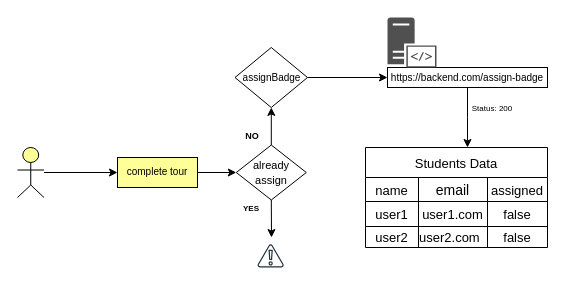
The draw.io diagram page "Page-2" (2 of 3) of Untitled Diagram.drawio in AQIB-NAWAB/The-Final-Game, before the edit. Source tidied: cells renumbered, new cells numbered last; positions are measured from the earlier drawing's top-left corner, leaving out a move shared by most shapes. Both pictures are drawn from the tidied source at 100%, with x=0, y=0 at pixel (17, 17).
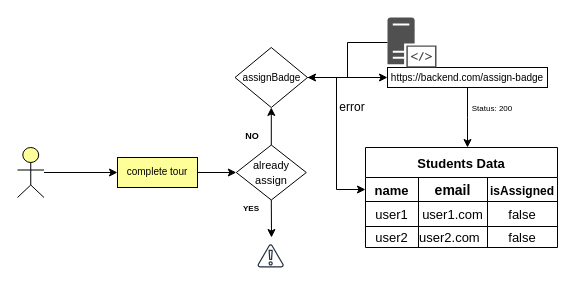
The same page after the edit.

Unchanged cells that the change refers to:
```xml
<mxCell id="10" value="&lt;font style=&quot;font-size: 10px;&quot;&gt;assignBadge&lt;/font&gt;" style="rhombus;whiteSpace=wrap;html=1;" parent="1" vertex="1">
  <mxGeometry x="217.5" y="30" width="72.5" height="60" as="geometry" />
</mxCell>
<mxCell id="16" style="sketch=0;shadow=0;dashed=0;html=1;strokeColor=none;fillColor=#505050;labelPosition=center;verticalLabelPosition=bottom;verticalAlign=top;outlineConnect=0;align=center;shape=mxgraph.office.servers.server_side_code;" parent="1" vertex="1">
  <mxGeometry x="370" width="49" height="50" as="geometry" />
</mxCell>
```

Change to the diagram source:
```diff
@@
+    <mxCell id="31" style="edgeStyle=orthogonalEdgeStyle;rounded=0;jettySize=auto;html=1;exitX=1;exitY=0.5;exitDx=0;exitDy=0;entryX=0;entryY=0.5;entryDx=0;entryDy=0;" parent="1" edge="1" source="10" target="18">
+      <mxGeometry relative="1" as="geometry" />
+    </mxCell>
@@
+    <mxCell id="32" style="edgeStyle=orthogonalEdgeStyle;rounded=0;jettySize=auto;html=1;" parent="1" edge="1" source="16" target="10">
+      <mxGeometry relative="1" as="geometry" />
+    </mxCell>
@@
-    <mxCell id="17" value="Students Data" style="shape=table;startSize=30;childLayout=tableLayout;strokeColor=default;fontSize=13;gradientColor=none;perimeterSpacing=1;" parent="1" vertex="1">
-      <mxGeometry x="348" y="130" width="182" height="100" as="geometry" />
+    <mxCell id="17" value="Students Data" style="shape=table;startSize=30;childLayout=tableLayout;strokeColor=default;fontSize=13;gradientColor=none;perimeterSpacing=1;fontStyle=1;" parent="1" vertex="1">
+      <mxGeometry x="348" y="130" width="192" height="100" as="geometry" />
     </mxCell>
     <mxCell id="18" style="shape=tableRow;horizontal=0;startSize=0;swimlaneHead=0;swimlaneBody=0;strokeColor=inherit;top=0;left=0;bottom=0;right=0;fillColor=none;points=[[0,0.5],[1,0.5]];portConstraint=eastwest;fontSize=16;" parent="17" vertex="1">
-      <mxGeometry y="30" width="182" height="24" as="geometry" />
+      <mxGeometry y="30" width="192" height="24" as="geometry" />
     </mxCell>
-    <mxCell id="19" value="&lt;font style=&quot;font-size: 13px;&quot;&gt;name&lt;/font&gt;" style="shape=partialRectangle;html=1;whiteSpace=wrap;strokeColor=inherit;overflow=hidden;fillColor=none;top=0;left=0;bottom=0;right=0;fontSize=16;" parent="18" vertex="1">
+    <mxCell id="19" value="&lt;b&gt;&lt;font style=&quot;font-size: 13px;&quot;&gt;name&lt;/font&gt;&lt;/b&gt;" style="shape=partialRectangle;html=1;whiteSpace=wrap;strokeColor=inherit;overflow=hidden;fillColor=none;top=0;left=0;bottom=0;right=0;fontSize=16;" parent="18" vertex="1">
       <mxGeometry width="53" height="24" as="geometry" />
     </mxCell>
-    <mxCell id="20" value="&lt;font style=&quot;font-size: 14px;&quot;&gt;email&lt;/font&gt;" style="shape=partialRectangle;html=1;whiteSpace=wrap;strokeColor=inherit;overflow=hidden;fillColor=none;top=0;left=0;bottom=0;right=0;fontSize=16;" parent="18" vertex="1">
+    <mxCell id="20" value="&lt;b&gt;&lt;font style=&quot;font-size: 14px;&quot;&gt;email&lt;/font&gt;&lt;/b&gt;" style="shape=partialRectangle;html=1;whiteSpace=wrap;strokeColor=inherit;overflow=hidden;fillColor=none;top=0;left=0;bottom=0;right=0;fontSize=16;" parent="18" vertex="1">
       <mxGeometry x="53" width="69" height="24" as="geometry" />
     </mxCell>
-    <mxCell id="21" value="&lt;font style=&quot;font-size: 13px;&quot;&gt;assigned&lt;/font&gt;" style="shape=partialRectangle;html=1;whiteSpace=wrap;strokeColor=inherit;overflow=hidden;fillColor=none;top=0;left=0;bottom=0;right=0;fontSize=16;" parent="18" vertex="1">
-      <mxGeometry x="122" width="60" height="24" as="geometry" />
+    <mxCell id="21" value="&lt;b&gt;&lt;font style=&quot;font-size: 12px;&quot;&gt;isAssigned&lt;/font&gt;&lt;/b&gt;" style="shape=partialRectangle;html=1;whiteSpace=wrap;strokeColor=inherit;overflow=hidden;fillColor=none;top=0;left=0;bottom=0;right=0;fontSize=16;" parent="18" vertex="1">
+      <mxGeometry x="122" width="70" height="24" as="geometry" />
     </mxCell>
     <mxCell id="22" style="shape=tableRow;horizontal=0;startSize=0;swimlaneHead=0;swimlaneBody=0;strokeColor=inherit;top=0;left=0;bottom=0;right=0;fillColor=none;fontSize=16;" parent="17" vertex="1">
-      <mxGeometry y="54" width="182" height="25" as="geometry" />
+      <mxGeometry y="54" width="192" height="25" as="geometry" />
     </mxCell>
@@
     <mxCell id="25" value="false" style="shape=partialRectangle;html=1;whiteSpace=wrap;strokeColor=inherit;overflow=hidden;fillColor=none;top=0;left=0;bottom=0;right=0;fontSize=13;labelBackgroundColor=none;" parent="22" vertex="1">
-      <mxGeometry x="122" width="60" height="25" as="geometry" />
+      <mxGeometry x="122" width="70" height="25" as="geometry" />
     </mxCell>
     <mxCell id="26" style="shape=tableRow;horizontal=0;startSize=0;swimlaneHead=0;swimlaneBody=0;strokeColor=inherit;top=0;left=0;bottom=0;right=0;fillColor=none;fontSize=16;" parent="17" vertex="1">
-      <mxGeometry y="79" width="182" height="21" as="geometry" />
+      <mxGeometry y="79" width="192" height="21" as="geometry" />
     </mxCell>
@@
     <mxCell id="29" value="false" style="shape=partialRectangle;html=1;whiteSpace=wrap;strokeColor=inherit;overflow=hidden;fillColor=none;top=0;left=0;bottom=0;right=0;fontSize=13;" parent="26" vertex="1">
-      <mxGeometry x="122" width="60" height="21" as="geometry" />
+      <mxGeometry x="122" width="70" height="21" as="geometry" />
     </mxCell>
@@
+    <mxCell id="33" value="error" style="text;strokeColor=none;align=center;fillColor=none;html=1;verticalAlign=middle;whiteSpace=wrap;rounded=0;" parent="1" vertex="1">
+      <mxGeometry x="305" y="75" width="60" height="30" as="geometry" />
+    </mxCell>
```
